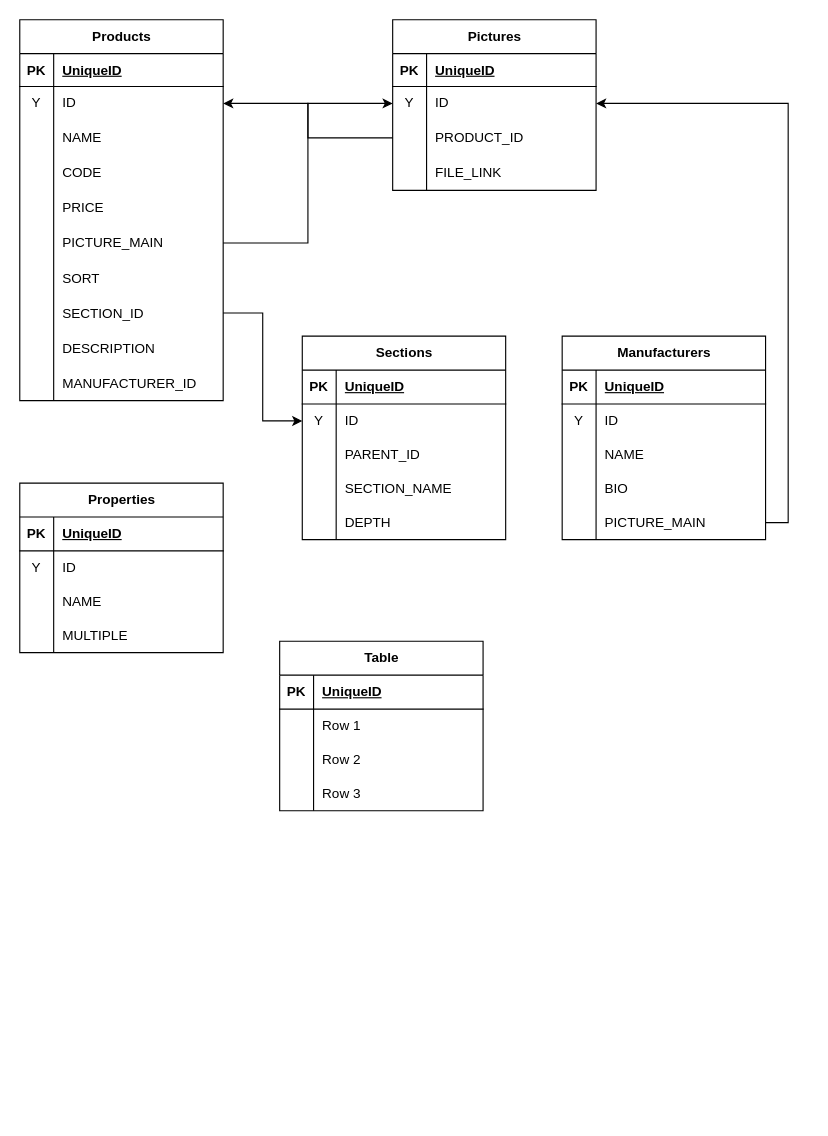
This is Диаграмма без названия.drawio from garry308/beershop, a draw.io file, before an edit. Source tidied: cells renumbered, new cells numbered last; positions are measured from the earlier drawing's top-left corner, leaving out a move shared by most shapes. Both pictures are drawn from the tidied source at 113%, with x=0, y=0 at pixel (19, 19).
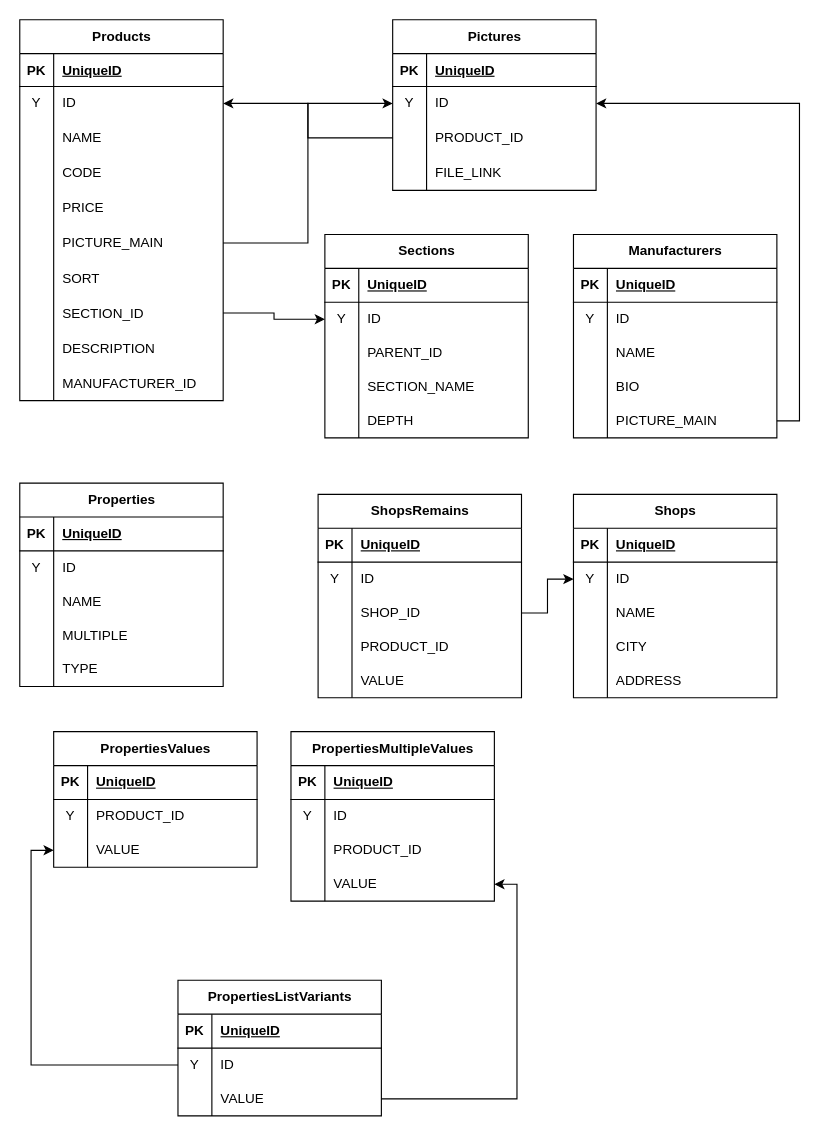
Above is the later version.

Unchanged cells that the change refers to:
```xml
<mxCell id="101" style="shape=tableRow;horizontal=0;startSize=0;swimlaneHead=0;swimlaneBody=0;fillColor=none;top=0;left=0;right=0;bottom=0;" parent="97" vertex="1">
  <mxGeometry y="60" width="180" height="30" as="geometry" />
</mxCell>
<mxCell id="104" style="shape=tableRow;horizontal=0;startSize=0;swimlaneHead=0;swimlaneBody=0;fillColor=none;points=[[0,0.5],[1,0.5]];portConstraint=eastwest;top=0;left=0;right=0;bottom=0;" parent="97" vertex="1">
  <mxGeometry y="90" width="180" height="30" as="geometry" />
</mxCell>
```

Change to the diagram source:
```diff
@@
     <mxCell id="48" value="Sections" style="shape=table;startSize=30;childLayout=tableLayout;rowLines=0;fontStyle=1;align=center;html=1;" parent="1" vertex="1">
-      <mxGeometry x="250" y="280" width="180" height="180" as="geometry" />
+      <mxGeometry x="270" y="190" width="180" height="180" as="geometry" />
     </mxCell>
@@
     <mxCell id="67" value="Manufacturers" style="shape=table;startSize=30;childLayout=tableLayout;rowLines=0;fontStyle=1;align=center;html=1;" parent="1" vertex="1">
-      <mxGeometry x="480" y="280" width="180" height="180" as="geometry" />
+      <mxGeometry x="490" y="190" width="180" height="180" as="geometry" />
     </mxCell>
@@
     <mxCell id="84" value="Properties" style="shape=table;startSize=30;childLayout=tableLayout;rowLines=0;fontStyle=1;align=center;html=1;" parent="1" vertex="1">
-      <mxGeometry y="410" width="180" height="150" as="geometry" />
+      <mxGeometry y="410" width="180" height="180" as="geometry" />
     </mxCell>
@@
+    <mxCell id="110" style="shape=tableRow;horizontal=0;startSize=0;swimlaneHead=0;swimlaneBody=0;fillColor=none;top=0;left=0;right=0;bottom=0;" parent="84" vertex="1">
+      <mxGeometry y="150" width="180" height="30" as="geometry" />
+    </mxCell>
+    <mxCell id="111" style="shape=partialRectangle;fillColor=none;top=0;left=0;bottom=0;right=0;overflow=hidden;whiteSpace=wrap;html=1;" parent="110" vertex="1">
+      <mxGeometry width="30" height="30" as="geometry" />
+    </mxCell>
+    <mxCell id="112" value="TYPE" style="shape=partialRectangle;fillColor=none;top=0;left=0;bottom=0;right=0;align=left;spacingLeft=6;overflow=hidden;whiteSpace=wrap;html=1;" parent="110" vertex="1">
+      <mxGeometry x="30" width="150" height="30" as="geometry" />
+    </mxCell>
-    <mxCell id="97" value="Table" style="shape=table;startSize=30;childLayout=tableLayout;rowLines=0;fontStyle=1;align=center;html=1;" parent="1" vertex="1">
-      <mxGeometry x="230" y="550" width="180" height="150" as="geometry" />
+    <mxCell id="97" value="PropertiesValues" style="shape=table;startSize=30;childLayout=tableLayout;rowLines=0;fontStyle=1;align=center;html=1;" parent="1" vertex="1">
+      <mxGeometry x="30" y="630" width="180" height="120" as="geometry" />
     </mxCell>
@@
-    <mxCell id="102" style="shape=partialRectangle;fillColor=none;top=0;left=0;bottom=0;right=0;overflow=hidden;whiteSpace=wrap;html=1;" parent="101" vertex="1">
+    <mxCell id="102" value="Y" style="shape=partialRectangle;fillColor=none;top=0;left=0;bottom=0;right=0;overflow=hidden;whiteSpace=wrap;html=1;" parent="101" vertex="1">
       <mxGeometry width="30" height="30" as="geometry" />
     </mxCell>
-    <mxCell id="103" value="Row 1" style="shape=partialRectangle;fillColor=none;top=0;left=0;bottom=0;right=0;align=left;spacingLeft=6;overflow=hidden;whiteSpace=wrap;html=1;" parent="101" vertex="1">
+    <mxCell id="103" value="PRODUCT_ID" style="shape=partialRectangle;fillColor=none;top=0;left=0;bottom=0;right=0;align=left;spacingLeft=6;overflow=hidden;whiteSpace=wrap;html=1;" parent="101" vertex="1">
       <mxGeometry x="30" width="150" height="30" as="geometry" />
     </mxCell>
@@
-    <mxCell id="106" value="Row 2" style="shape=partialRectangle;fillColor=none;top=0;left=0;bottom=0;right=0;align=left;spacingLeft=6;overflow=hidden;whiteSpace=wrap;html=1;" parent="104" vertex="1">
+    <mxCell id="106" value="VALUE" style="shape=partialRectangle;fillColor=none;top=0;left=0;bottom=0;right=0;align=left;spacingLeft=6;overflow=hidden;whiteSpace=wrap;html=1;" parent="104" vertex="1">
       <mxGeometry x="30" width="150" height="30" as="geometry" />
     </mxCell>
-    <mxCell id="107" style="shape=tableRow;horizontal=0;startSize=0;swimlaneHead=0;swimlaneBody=0;fillColor=none;top=0;left=0;right=0;bottom=0;" parent="97" vertex="1">
-      <mxGeometry y="120" width="180" height="30" as="geometry" />
-    </mxCell>
-    <mxCell id="108" style="shape=partialRectangle;fillColor=none;top=0;left=0;bottom=0;right=0;overflow=hidden;whiteSpace=wrap;html=1;" parent="107" vertex="1">
-      <mxGeometry width="30" height="30" as="geometry" />
-    </mxCell>
-    <mxCell id="109" value="Row 3" style="shape=partialRectangle;fillColor=none;top=0;left=0;bottom=0;right=0;align=left;spacingLeft=6;overflow=hidden;whiteSpace=wrap;html=1;" parent="107" vertex="1">
-      <mxGeometry x="30" width="150" height="30" as="geometry" />
-    </mxCell>
+    <mxCell id="113" value="PropertiesMultipleValues" style="shape=table;startSize=30;childLayout=tableLayout;rowLines=0;fontStyle=1;align=center;html=1;" parent="1" vertex="1">
+      <mxGeometry x="240" y="630" width="180" height="150" as="geometry" />
+    </mxCell>
+    <mxCell id="114" style="shape=tableRow;horizontal=0;startSize=0;swimlaneHead=0;swimlaneBody=0;fillColor=none;top=0;left=0;right=0;bottom=1;" parent="113" vertex="1">
+      <mxGeometry y="30" width="180" height="30" as="geometry" />
+    </mxCell>
+    <mxCell id="115" value="PK" style="shape=partialRectangle;fillColor=none;top=0;left=0;bottom=0;right=0;fontStyle=1;overflow=hidden;whiteSpace=wrap;html=1;" parent="114" vertex="1">
+      <mxGeometry width="30" height="30" as="geometry" />
+    </mxCell>
+    <mxCell id="116" value="UniqueID" style="shape=partialRectangle;fillColor=none;top=0;left=0;bottom=0;right=0;align=left;spacingLeft=6;fontStyle=5;overflow=hidden;whiteSpace=wrap;html=1;" parent="114" vertex="1">
+      <mxGeometry x="30" width="150" height="30" as="geometry" />
+    </mxCell>
+    <mxCell id="117" style="shape=tableRow;horizontal=0;startSize=0;swimlaneHead=0;swimlaneBody=0;fillColor=none;top=0;left=0;right=0;bottom=0;" parent="113" vertex="1">
+      <mxGeometry y="60" width="180" height="30" as="geometry" />
+    </mxCell>
+    <mxCell id="118" value="Y" style="shape=partialRectangle;fillColor=none;top=0;left=0;bottom=0;right=0;overflow=hidden;whiteSpace=wrap;html=1;" parent="117" vertex="1">
+      <mxGeometry width="30" height="30" as="geometry" />
+    </mxCell>
+    <mxCell id="119" value="ID" style="shape=partialRectangle;fillColor=none;top=0;left=0;bottom=0;right=0;align=left;spacingLeft=6;overflow=hidden;whiteSpace=wrap;html=1;" parent="117" vertex="1">
+      <mxGeometry x="30" width="150" height="30" as="geometry" />
+    </mxCell>
+    <mxCell id="120" style="shape=tableRow;horizontal=0;startSize=0;swimlaneHead=0;swimlaneBody=0;fillColor=none;top=0;left=0;right=0;bottom=0;" parent="113" vertex="1">
+      <mxGeometry y="90" width="180" height="30" as="geometry" />
+    </mxCell>
+    <mxCell id="121" style="shape=partialRectangle;fillColor=none;top=0;left=0;bottom=0;right=0;overflow=hidden;whiteSpace=wrap;html=1;" parent="120" vertex="1">
+      <mxGeometry width="30" height="30" as="geometry" />
+    </mxCell>
+    <mxCell id="122" value="PRODUCT_ID" style="shape=partialRectangle;fillColor=none;top=0;left=0;bottom=0;right=0;align=left;spacingLeft=6;overflow=hidden;whiteSpace=wrap;html=1;" parent="120" vertex="1">
+      <mxGeometry x="30" width="150" height="30" as="geometry" />
+    </mxCell>
+    <mxCell id="123" style="shape=tableRow;horizontal=0;startSize=0;swimlaneHead=0;swimlaneBody=0;fillColor=none;points=[[0,0.5],[1,0.5]];portConstraint=eastwest;top=0;left=0;right=0;bottom=0;" parent="113" vertex="1">
+      <mxGeometry y="120" width="180" height="30" as="geometry" />
+    </mxCell>
+    <mxCell id="124" style="shape=partialRectangle;fillColor=none;top=0;left=0;bottom=0;right=0;overflow=hidden;whiteSpace=wrap;html=1;" parent="123" vertex="1">
+      <mxGeometry width="30" height="30" as="geometry" />
+    </mxCell>
+    <mxCell id="125" value="VALUE" style="shape=partialRectangle;fillColor=none;top=0;left=0;bottom=0;right=0;align=left;spacingLeft=6;overflow=hidden;whiteSpace=wrap;html=1;" parent="123" vertex="1">
+      <mxGeometry x="30" width="150" height="30" as="geometry" />
+    </mxCell>
+    <mxCell id="126" value="PropertiesListVariants" style="shape=table;startSize=30;childLayout=tableLayout;rowLines=0;fontStyle=1;align=center;html=1;" parent="1" vertex="1">
+      <mxGeometry x="140" y="850" width="180" height="120" as="geometry" />
+    </mxCell>
+    <mxCell id="127" style="shape=tableRow;horizontal=0;startSize=0;swimlaneHead=0;swimlaneBody=0;fillColor=none;top=0;left=0;right=0;bottom=1;" parent="126" vertex="1">
+      <mxGeometry y="30" width="180" height="30" as="geometry" />
+    </mxCell>
+    <mxCell id="128" value="PK" style="shape=partialRectangle;fillColor=none;top=0;left=0;bottom=0;right=0;fontStyle=1;overflow=hidden;whiteSpace=wrap;html=1;" parent="127" vertex="1">
+      <mxGeometry width="30" height="30" as="geometry" />
+    </mxCell>
+    <mxCell id="129" value="UniqueID" style="shape=partialRectangle;fillColor=none;top=0;left=0;bottom=0;right=0;align=left;spacingLeft=6;fontStyle=5;overflow=hidden;whiteSpace=wrap;html=1;" parent="127" vertex="1">
+      <mxGeometry x="30" width="150" height="30" as="geometry" />
+    </mxCell>
+    <mxCell id="130" style="shape=tableRow;horizontal=0;startSize=0;swimlaneHead=0;swimlaneBody=0;fillColor=none;points=[[0,0.5],[1,0.5]];portConstraint=eastwest;top=0;left=0;right=0;bottom=0;" parent="126" vertex="1">
+      <mxGeometry y="60" width="180" height="30" as="geometry" />
+    </mxCell>
+    <mxCell id="131" value="Y" style="shape=partialRectangle;fillColor=none;top=0;left=0;bottom=0;right=0;overflow=hidden;whiteSpace=wrap;html=1;" parent="130" vertex="1">
+      <mxGeometry width="30" height="30" as="geometry" />
+    </mxCell>
+    <mxCell id="132" value="ID" style="shape=partialRectangle;fillColor=none;top=0;left=0;bottom=0;right=0;align=left;spacingLeft=6;overflow=hidden;whiteSpace=wrap;html=1;" parent="130" vertex="1">
+      <mxGeometry x="30" width="150" height="30" as="geometry" />
+    </mxCell>
+    <mxCell id="133" style="shape=tableRow;horizontal=0;startSize=0;swimlaneHead=0;swimlaneBody=0;fillColor=none;points=[[0,0.5],[1,0.5]];portConstraint=eastwest;top=0;left=0;right=0;bottom=0;" parent="126" vertex="1">
+      <mxGeometry y="90" width="180" height="30" as="geometry" />
+    </mxCell>
+    <mxCell id="134" style="shape=partialRectangle;fillColor=none;top=0;left=0;bottom=0;right=0;overflow=hidden;whiteSpace=wrap;html=1;" parent="133" vertex="1">
+      <mxGeometry width="30" height="30" as="geometry" />
+    </mxCell>
+    <mxCell id="135" value="VALUE" style="shape=partialRectangle;fillColor=none;top=0;left=0;bottom=0;right=0;align=left;spacingLeft=6;overflow=hidden;whiteSpace=wrap;html=1;" parent="133" vertex="1">
+      <mxGeometry x="30" width="150" height="30" as="geometry" />
+    </mxCell>
+    <mxCell id="136" style="edgeStyle=orthogonalEdgeStyle;rounded=0;jettySize=auto;html=1;exitX=0;exitY=0.5;exitDx=0;exitDy=0;entryX=0;entryY=0.5;entryDx=0;entryDy=0;" parent="1" edge="1" source="130" target="104">
+      <mxGeometry relative="1" as="geometry" />
+    </mxCell>
+    <mxCell id="137" style="edgeStyle=orthogonalEdgeStyle;rounded=0;jettySize=auto;html=1;exitX=1;exitY=0.5;exitDx=0;exitDy=0;entryX=1;entryY=0.5;entryDx=0;entryDy=0;" parent="1" edge="1" source="133" target="123">
+      <mxGeometry relative="1" as="geometry" />
+    </mxCell>
+    <mxCell id="138" value="Shops" style="shape=table;startSize=30;childLayout=tableLayout;rowLines=0;fontStyle=1;align=center;html=1;" parent="1" vertex="1">
+      <mxGeometry x="490" y="420" width="180" height="180" as="geometry" />
+    </mxCell>
+    <mxCell id="139" style="shape=tableRow;horizontal=0;startSize=0;swimlaneHead=0;swimlaneBody=0;fillColor=none;top=0;left=0;right=0;bottom=1;" parent="138" vertex="1">
+      <mxGeometry y="30" width="180" height="30" as="geometry" />
+    </mxCell>
+    <mxCell id="140" value="PK" style="shape=partialRectangle;fillColor=none;top=0;left=0;bottom=0;right=0;fontStyle=1;overflow=hidden;whiteSpace=wrap;html=1;" parent="139" vertex="1">
+      <mxGeometry width="30" height="30" as="geometry" />
+    </mxCell>
+    <mxCell id="141" value="UniqueID" style="shape=partialRectangle;fillColor=none;top=0;left=0;bottom=0;right=0;align=left;spacingLeft=6;fontStyle=5;overflow=hidden;whiteSpace=wrap;html=1;" parent="139" vertex="1">
+      <mxGeometry x="30" width="150" height="30" as="geometry" />
+    </mxCell>
+    <mxCell id="142" style="shape=tableRow;horizontal=0;startSize=0;swimlaneHead=0;swimlaneBody=0;fillColor=none;points=[[0,0.5],[1,0.5]];portConstraint=eastwest;top=0;left=0;right=0;bottom=0;" parent="138" vertex="1">
+      <mxGeometry y="60" width="180" height="30" as="geometry" />
+    </mxCell>
+    <mxCell id="143" value="Y" style="shape=partialRectangle;fillColor=none;top=0;left=0;bottom=0;right=0;overflow=hidden;whiteSpace=wrap;html=1;" parent="142" vertex="1">
+      <mxGeometry width="30" height="30" as="geometry" />
+    </mxCell>
+    <mxCell id="144" value="ID" style="shape=partialRectangle;fillColor=none;top=0;left=0;bottom=0;right=0;align=left;spacingLeft=6;overflow=hidden;whiteSpace=wrap;html=1;" parent="142" vertex="1">
+      <mxGeometry x="30" width="150" height="30" as="geometry" />
+    </mxCell>
+    <mxCell id="145" style="shape=tableRow;horizontal=0;startSize=0;swimlaneHead=0;swimlaneBody=0;fillColor=none;top=0;left=0;right=0;bottom=0;" parent="138" vertex="1">
+      <mxGeometry y="90" width="180" height="30" as="geometry" />
+    </mxCell>
+    <mxCell id="146" style="shape=partialRectangle;fillColor=none;top=0;left=0;bottom=0;right=0;overflow=hidden;whiteSpace=wrap;html=1;" parent="145" vertex="1">
+      <mxGeometry width="30" height="30" as="geometry" />
+    </mxCell>
+    <mxCell id="147" value="NAME" style="shape=partialRectangle;fillColor=none;top=0;left=0;bottom=0;right=0;align=left;spacingLeft=6;overflow=hidden;whiteSpace=wrap;html=1;" parent="145" vertex="1">
+      <mxGeometry x="30" width="150" height="30" as="geometry" />
+    </mxCell>
+    <mxCell id="148" style="shape=tableRow;horizontal=0;startSize=0;swimlaneHead=0;swimlaneBody=0;fillColor=none;top=0;left=0;right=0;bottom=0;" parent="138" vertex="1">
+      <mxGeometry y="120" width="180" height="30" as="geometry" />
+    </mxCell>
+    <mxCell id="149" style="shape=partialRectangle;fillColor=none;top=0;left=0;bottom=0;right=0;overflow=hidden;whiteSpace=wrap;html=1;" parent="148" vertex="1">
+      <mxGeometry width="30" height="30" as="geometry" />
+    </mxCell>
+    <mxCell id="150" value="CITY" style="shape=partialRectangle;fillColor=none;top=0;left=0;bottom=0;right=0;align=left;spacingLeft=6;overflow=hidden;whiteSpace=wrap;html=1;" parent="148" vertex="1">
+      <mxGeometry x="30" width="150" height="30" as="geometry" />
+    </mxCell>
+    <mxCell id="151" style="shape=tableRow;horizontal=0;startSize=0;swimlaneHead=0;swimlaneBody=0;fillColor=none;top=0;left=0;right=0;bottom=0;" parent="138" vertex="1">
+      <mxGeometry y="150" width="180" height="30" as="geometry" />
+    </mxCell>
+    <mxCell id="152" style="shape=partialRectangle;fillColor=none;top=0;left=0;bottom=0;right=0;overflow=hidden;whiteSpace=wrap;html=1;" parent="151" vertex="1">
+      <mxGeometry width="30" height="30" as="geometry" />
+    </mxCell>
+    <mxCell id="153" value="ADDRESS" style="shape=partialRectangle;fillColor=none;top=0;left=0;bottom=0;right=0;align=left;spacingLeft=6;overflow=hidden;whiteSpace=wrap;html=1;" parent="151" vertex="1">
+      <mxGeometry x="30" width="150" height="30" as="geometry" />
+    </mxCell>
+    <mxCell id="154" value="ShopsRemains" style="shape=table;startSize=30;childLayout=tableLayout;rowLines=0;fontStyle=1;align=center;html=1;" parent="1" vertex="1">
+      <mxGeometry x="264" y="420" width="180" height="180" as="geometry" />
+    </mxCell>
+    <mxCell id="155" style="shape=tableRow;horizontal=0;startSize=0;swimlaneHead=0;swimlaneBody=0;fillColor=none;top=0;left=0;right=0;bottom=1;" parent="154" vertex="1">
+      <mxGeometry y="30" width="180" height="30" as="geometry" />
+    </mxCell>
+    <mxCell id="156" value="PK" style="shape=partialRectangle;fillColor=none;top=0;left=0;bottom=0;right=0;fontStyle=1;overflow=hidden;whiteSpace=wrap;html=1;" parent="155" vertex="1">
+      <mxGeometry width="30" height="30" as="geometry" />
+    </mxCell>
+    <mxCell id="157" value="UniqueID" style="shape=partialRectangle;fillColor=none;top=0;left=0;bottom=0;right=0;align=left;spacingLeft=6;fontStyle=5;overflow=hidden;whiteSpace=wrap;html=1;" parent="155" vertex="1">
+      <mxGeometry x="30" width="150" height="30" as="geometry" />
+    </mxCell>
+    <mxCell id="158" style="shape=tableRow;horizontal=0;startSize=0;swimlaneHead=0;swimlaneBody=0;fillColor=none;top=0;left=0;right=0;bottom=0;" parent="154" vertex="1">
+      <mxGeometry y="60" width="180" height="30" as="geometry" />
+    </mxCell>
+    <mxCell id="159" value="Y" style="shape=partialRectangle;fillColor=none;top=0;left=0;bottom=0;right=0;overflow=hidden;whiteSpace=wrap;html=1;" parent="158" vertex="1">
+      <mxGeometry width="30" height="30" as="geometry" />
+    </mxCell>
+    <mxCell id="160" value="ID" style="shape=partialRectangle;fillColor=none;top=0;left=0;bottom=0;right=0;align=left;spacingLeft=6;overflow=hidden;whiteSpace=wrap;html=1;" parent="158" vertex="1">
+      <mxGeometry x="30" width="150" height="30" as="geometry" />
+    </mxCell>
+    <mxCell id="161" style="shape=tableRow;horizontal=0;startSize=0;swimlaneHead=0;swimlaneBody=0;fillColor=none;points=[[0,0.5],[1,0.5]];portConstraint=eastwest;top=0;left=0;right=0;bottom=0;" parent="154" vertex="1">
+      <mxGeometry y="90" width="180" height="30" as="geometry" />
+    </mxCell>
+    <mxCell id="162" style="shape=partialRectangle;fillColor=none;top=0;left=0;bottom=0;right=0;overflow=hidden;whiteSpace=wrap;html=1;" parent="161" vertex="1">
+      <mxGeometry width="30" height="30" as="geometry" />
+    </mxCell>
+    <mxCell id="163" value="SHOP_ID" style="shape=partialRectangle;fillColor=none;top=0;left=0;bottom=0;right=0;align=left;spacingLeft=6;overflow=hidden;whiteSpace=wrap;html=1;" parent="161" vertex="1">
+      <mxGeometry x="30" width="150" height="30" as="geometry" />
+    </mxCell>
+    <mxCell id="164" style="shape=tableRow;horizontal=0;startSize=0;swimlaneHead=0;swimlaneBody=0;fillColor=none;top=0;left=0;right=0;bottom=0;" parent="154" vertex="1">
+      <mxGeometry y="120" width="180" height="30" as="geometry" />
+    </mxCell>
+    <mxCell id="165" style="shape=partialRectangle;fillColor=none;top=0;left=0;bottom=0;right=0;overflow=hidden;whiteSpace=wrap;html=1;" parent="164" vertex="1">
+      <mxGeometry width="30" height="30" as="geometry" />
+    </mxCell>
+    <mxCell id="166" value="PRODUCT_ID" style="shape=partialRectangle;fillColor=none;top=0;left=0;bottom=0;right=0;align=left;spacingLeft=6;overflow=hidden;whiteSpace=wrap;html=1;" parent="164" vertex="1">
+      <mxGeometry x="30" width="150" height="30" as="geometry" />
+    </mxCell>
+    <mxCell id="167" style="shape=tableRow;horizontal=0;startSize=0;swimlaneHead=0;swimlaneBody=0;fillColor=none;top=0;left=0;right=0;bottom=0;" parent="154" vertex="1">
+      <mxGeometry y="150" width="180" height="30" as="geometry" />
+    </mxCell>
+    <mxCell id="168" style="shape=partialRectangle;fillColor=none;top=0;left=0;bottom=0;right=0;overflow=hidden;whiteSpace=wrap;html=1;" parent="167" vertex="1">
+      <mxGeometry width="30" height="30" as="geometry" />
+    </mxCell>
+    <mxCell id="169" value="VALUE" style="shape=partialRectangle;fillColor=none;top=0;left=0;bottom=0;right=0;align=left;spacingLeft=6;overflow=hidden;whiteSpace=wrap;html=1;" parent="167" vertex="1">
+      <mxGeometry x="30" width="150" height="30" as="geometry" />
+    </mxCell>
+    <mxCell id="170" style="edgeStyle=orthogonalEdgeStyle;rounded=0;jettySize=auto;html=1;exitX=1;exitY=0.5;exitDx=0;exitDy=0;entryX=0;entryY=0.5;entryDx=0;entryDy=0;" parent="1" edge="1" source="161" target="142">
+      <mxGeometry relative="1" as="geometry" />
+    </mxCell>
```
